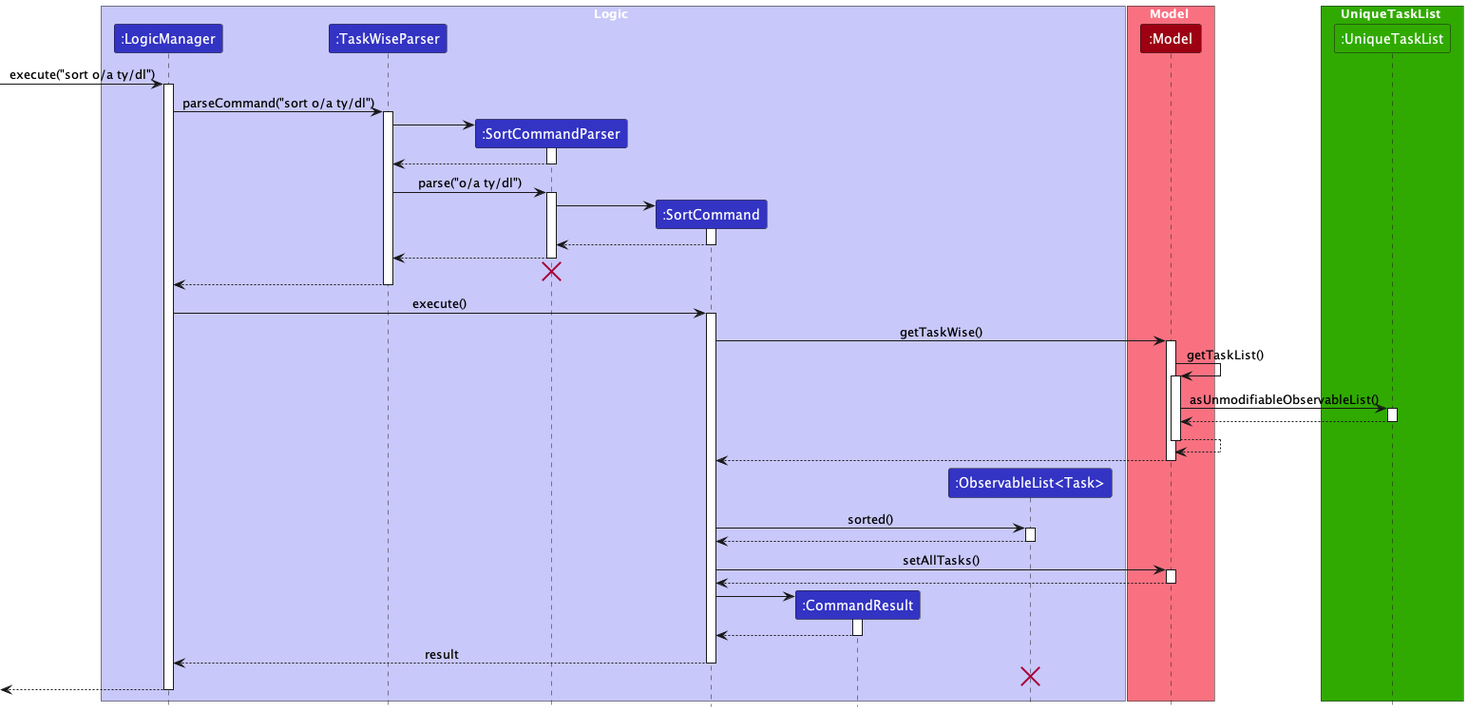
Earlier version of the PlantUML export docs/images/SortSequenceDiagram.png (seantehds/tp).
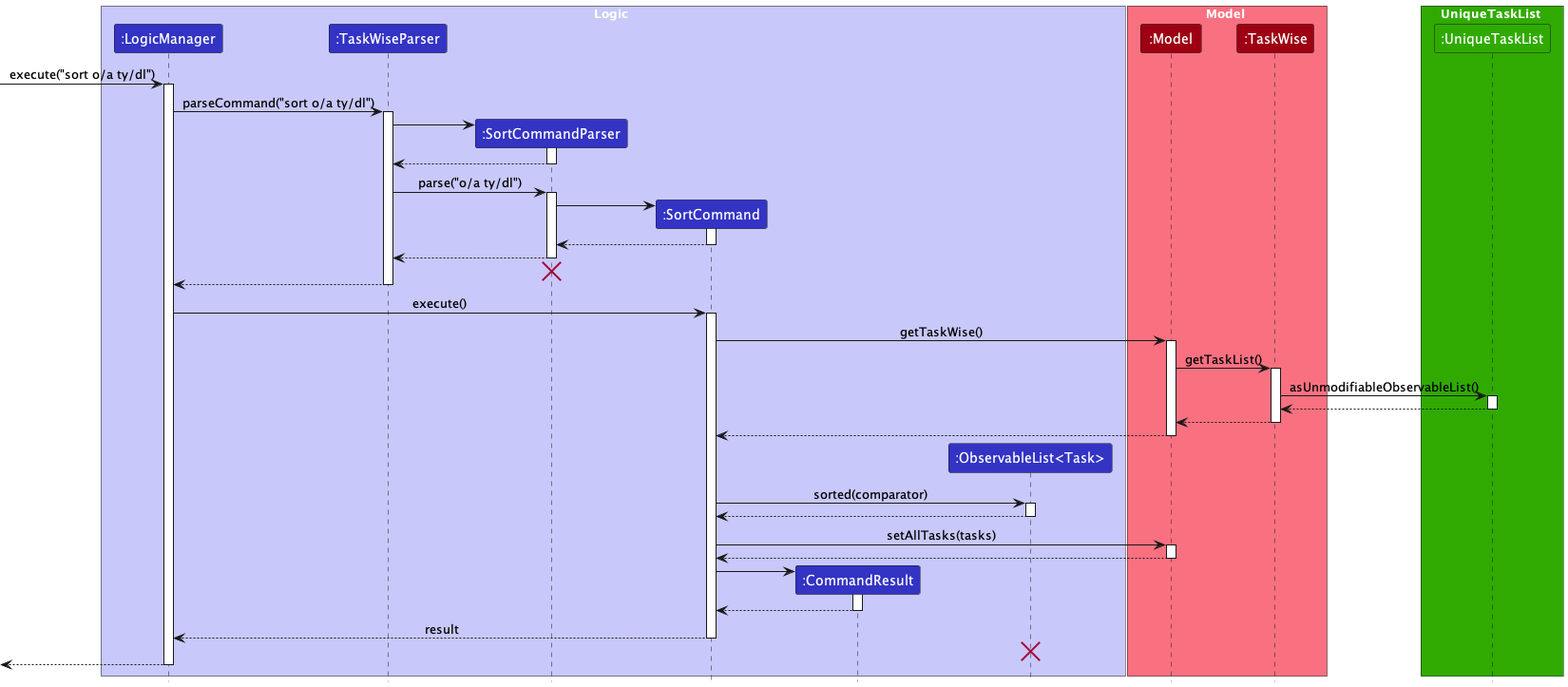
The same file after the commit.

The edit, as a diff of the source:
```diff
@@ -13,6 +13,7 @@
 
 box Model MODEL_COLOR_T1
 participant ":Model" as Model MODEL_COLOR
+participant ":TaskWise" as TaskWise MODEL_COLOR
 end box
 
 box UniqueTaskList #30aa00
@@ -56,32 +57,33 @@
 SortCommand -> Model : getTaskWise()
 activate Model
 
-Model -> Model : getTaskList()
-activate Model
+Model -> TaskWise : getTaskList()
+activate TaskWise
 
-Model -> UniqueTaskList : asUnmodifiableObservableList()
+TaskWise -> UniqueTaskList : asUnmodifiableObservableList()
 activate UniqueTaskList
 
-UniqueTaskList --> Model
+UniqueTaskList --> TaskWise
 deactivate UniqueTaskList
 
-Model --> Model
-deactivate Model
+TaskWise --> Model
+deactivate TaskWise
 
 Model --> SortCommand
+deactivate Model
 
 deactivate Model
 
 create ObservableList
 SortCommand -[hidden]> ObservableList
 
-SortCommand -> ObservableList : sorted()
+SortCommand -> ObservableList : sorted(comparator)
 activate ObservableList
 
 ObservableList --> SortCommand
 deactivate ObservableList
 
-SortCommand -> Model : setAllTasks()
+SortCommand -> Model : setAllTasks(tasks)
 activate Model
 
 Model --> SortCommand
```
